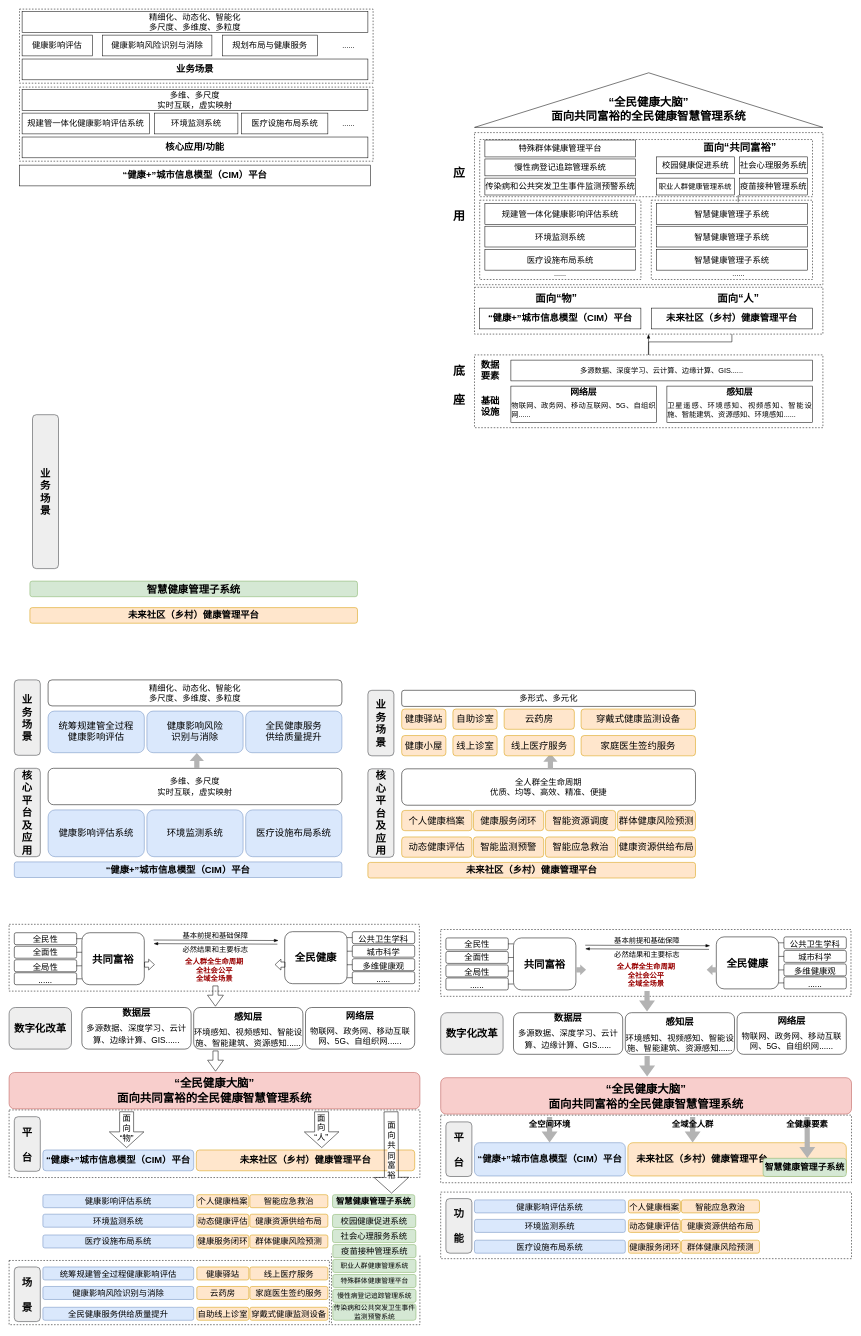
This is 未命名绘图.drawio from linge630/practice, a draw.io file, before an edit. Source tidied: cells renumbered, new cells numbered last; positions are measured from the earlier drawing's top-left corner, leaving out a move shared by most shapes. Both pictures are drawn from the tidied source at 52%, with x=0, y=0 at pixel (9, -74).
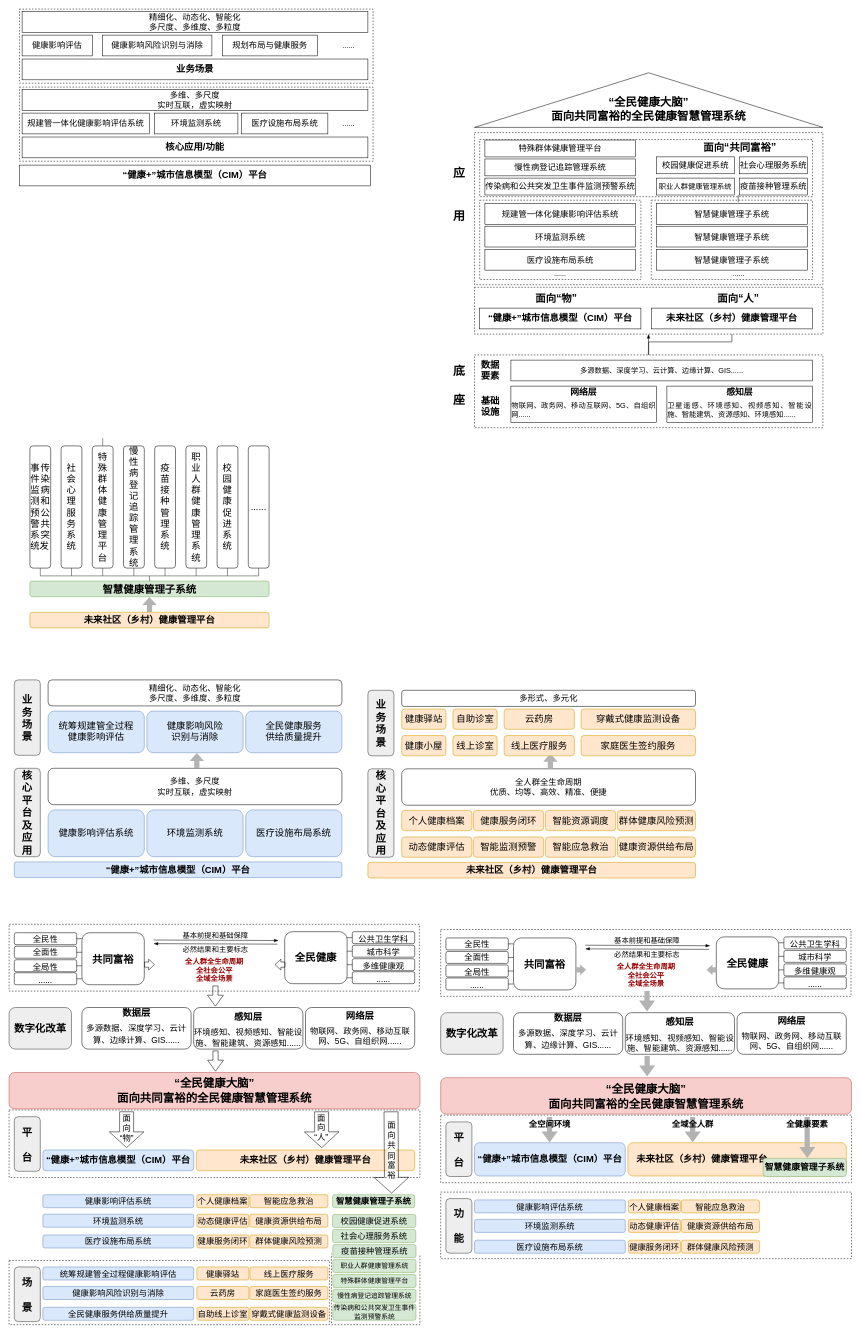
After the change.

Diff of the diagram source:
```diff
@@
     <mxCell id="217" value="&lt;h3 style=&quot;margin-top: 5pt; margin-bottom: 5pt; text-align: justify; font-family: 等线; font-size: 13.5pt;&quot;&gt;&lt;b style=&quot;font-family: 宋体;&quot;&gt;未来社区（乡村）健康管理平台&lt;/b&gt;&lt;/h3&gt;" style="rounded=1;whiteSpace=wrap;html=1;labelBackgroundColor=none;fontSize=20;fillColor=#ffe6cc;strokeColor=#d79b00;" parent="1" vertex="1">
-      <mxGeometry x="40" y="1311" width="630" height="30" as="geometry" />
+      <mxGeometry x="40" y="1320" width="460" height="30" as="geometry" />
     </mxCell>
-    <mxCell id="218" value="&lt;div style=&quot;text-align: justify; font-size: 20px;&quot;&gt;&lt;font face=&quot;宋体&quot;&gt;业&lt;/font&gt;&lt;/div&gt;&lt;div style=&quot;text-align: justify; font-size: 20px;&quot;&gt;&lt;font face=&quot;宋体&quot;&gt;务&lt;/font&gt;&lt;/div&gt;&lt;div style=&quot;text-align: justify; font-size: 20px;&quot;&gt;&lt;font face=&quot;宋体&quot;&gt;场&lt;/font&gt;&lt;/div&gt;&lt;div style=&quot;text-align: justify; font-size: 20px;&quot;&gt;&lt;font face=&quot;宋体&quot;&gt;景&lt;/font&gt;&lt;/div&gt;" style="rounded=1;whiteSpace=wrap;html=1;fontSize=20;fontStyle=1;fillColor=#eeeeee;strokeColor=#36393d;" parent="1" vertex="1">
-      <mxGeometry x="45" y="940" width="50" height="296" as="geometry" />
-    </mxCell>
     <mxCell id="219" value="&lt;div style=&quot;font-size: 20px;&quot;&gt;&lt;span style=&quot;font-family: 宋体; text-align: justify; font-size: 20px;&quot;&gt;&lt;font style=&quot;font-size: 20px;&quot;&gt;&lt;b style=&quot;font-size: 20px;&quot;&gt;智慧健康管理子系统&lt;/b&gt;&lt;/font&gt;&lt;/span&gt;&lt;br style=&quot;font-size: 20px;&quot;&gt;&lt;/div&gt;" style="rounded=1;whiteSpace=wrap;html=1;labelBackgroundColor=none;fontSize=20;fillColor=#d5e8d4;strokeColor=#82b366;fontStyle=0;" parent="1" vertex="1">
-      <mxGeometry x="40" y="1260" width="630" height="30" as="geometry" />
+      <mxGeometry x="40" y="1260" width="460" height="30" as="geometry" />
     </mxCell>
+    <mxCell id="220" value="&lt;div style=&quot;text-align: justify; font-size: 18px;&quot;&gt;&lt;span style=&quot;font-family: 宋体; background-color: initial; font-size: 18px;&quot;&gt;社&lt;/span&gt;&lt;br style=&quot;font-size: 18px;&quot;&gt;&lt;/div&gt;&lt;div style=&quot;text-align: justify; font-size: 18px;&quot;&gt;&lt;font face=&quot;宋体&quot; style=&quot;font-size: 18px;&quot;&gt;会&lt;/font&gt;&lt;/div&gt;&lt;div style=&quot;text-align: justify; font-size: 18px;&quot;&gt;&lt;font face=&quot;宋体&quot; style=&quot;font-size: 18px;&quot;&gt;心&lt;/font&gt;&lt;/div&gt;&lt;div style=&quot;text-align: justify; font-size: 18px;&quot;&gt;&lt;font face=&quot;宋体&quot; style=&quot;font-size: 18px;&quot;&gt;理&lt;/font&gt;&lt;/div&gt;&lt;div style=&quot;text-align: justify; font-size: 18px;&quot;&gt;&lt;font face=&quot;宋体&quot; style=&quot;font-size: 18px;&quot;&gt;服&lt;/font&gt;&lt;/div&gt;&lt;div style=&quot;text-align: justify; font-size: 18px;&quot;&gt;&lt;font face=&quot;宋体&quot; style=&quot;font-size: 18px;&quot;&gt;务&lt;/font&gt;&lt;/div&gt;&lt;div style=&quot;text-align: justify; font-size: 18px;&quot;&gt;&lt;font face=&quot;宋体&quot; style=&quot;font-size: 18px;&quot;&gt;系&lt;/font&gt;&lt;/div&gt;&lt;div style=&quot;text-align: justify; font-size: 18px;&quot;&gt;&lt;font face=&quot;宋体&quot; style=&quot;font-size: 18px;&quot;&gt;统&lt;/font&gt;&lt;/div&gt;" style="rounded=1;whiteSpace=wrap;html=1;fontSize=18;fontStyle=0;" parent="1" vertex="1">
+      <mxGeometry x="100" y="1000" width="40" height="235" as="geometry" />
+    </mxCell>
+    <mxCell id="221" value="&lt;div style=&quot;text-align: justify; font-size: 18px;&quot;&gt;&lt;span style=&quot;font-family: 宋体; background-color: initial; font-size: 18px;&quot;&gt;特&lt;/span&gt;&lt;br style=&quot;font-size: 18px;&quot;&gt;&lt;/div&gt;&lt;div style=&quot;text-align: justify; font-size: 18px;&quot;&gt;&lt;font face=&quot;宋体&quot; style=&quot;font-size: 18px;&quot;&gt;殊&lt;/font&gt;&lt;/div&gt;&lt;div style=&quot;text-align: justify; font-size: 18px;&quot;&gt;&lt;font face=&quot;宋体&quot; style=&quot;font-size: 18px;&quot;&gt;群&lt;/font&gt;&lt;/div&gt;&lt;div style=&quot;text-align: justify; font-size: 18px;&quot;&gt;&lt;font face=&quot;宋体&quot; style=&quot;font-size: 18px;&quot;&gt;体&lt;/font&gt;&lt;/div&gt;&lt;div style=&quot;text-align: justify; font-size: 18px;&quot;&gt;&lt;font face=&quot;宋体&quot; style=&quot;font-size: 18px;&quot;&gt;健&lt;/font&gt;&lt;/div&gt;&lt;div style=&quot;text-align: justify; font-size: 18px;&quot;&gt;&lt;font face=&quot;宋体&quot; style=&quot;font-size: 18px;&quot;&gt;康&lt;/font&gt;&lt;/div&gt;&lt;div style=&quot;text-align: justify; font-size: 18px;&quot;&gt;管&lt;/div&gt;&lt;div style=&quot;text-align: justify; font-size: 18px;&quot;&gt;&lt;font face=&quot;宋体&quot; style=&quot;font-size: 18px;&quot;&gt;理&lt;/font&gt;&lt;/div&gt;&lt;div style=&quot;text-align: justify; font-size: 18px;&quot;&gt;&lt;font face=&quot;宋体&quot; style=&quot;font-size: 18px;&quot;&gt;平&lt;/font&gt;&lt;/div&gt;&lt;div style=&quot;text-align: justify; font-size: 18px;&quot;&gt;&lt;font face=&quot;宋体&quot; style=&quot;font-size: 18px;&quot;&gt;台&lt;/font&gt;&lt;/div&gt;" style="rounded=1;whiteSpace=wrap;html=1;fontSize=18;fontStyle=0;" parent="1" vertex="1">
+      <mxGeometry x="160" y="1000" width="40" height="235" as="geometry" />
+    </mxCell>
+    <mxCell id="222" value="&lt;div style=&quot;text-align: justify; font-size: 18px;&quot;&gt;&lt;font face=&quot;宋体&quot; style=&quot;font-size: 18px;&quot;&gt;慢&lt;/font&gt;&lt;/div&gt;&lt;div style=&quot;text-align: justify; font-size: 18px;&quot;&gt;&lt;font face=&quot;宋体&quot; style=&quot;font-size: 18px;&quot;&gt;性&lt;/font&gt;&lt;/div&gt;&lt;div style=&quot;text-align: justify; font-size: 18px;&quot;&gt;&lt;font face=&quot;宋体&quot; style=&quot;font-size: 18px;&quot;&gt;病&lt;/font&gt;&lt;/div&gt;&lt;div style=&quot;text-align: justify; font-size: 18px;&quot;&gt;登&lt;/div&gt;&lt;div style=&quot;text-align: justify; font-size: 18px;&quot;&gt;记&lt;/div&gt;&lt;div style=&quot;text-align: justify; font-size: 18px;&quot;&gt;&lt;font face=&quot;宋体&quot; style=&quot;font-size: 18px;&quot;&gt;追&lt;/font&gt;&lt;/div&gt;&lt;div style=&quot;text-align: justify; font-size: 18px;&quot;&gt;&lt;font face=&quot;宋体&quot; style=&quot;font-size: 18px;&quot;&gt;踪&lt;/font&gt;&lt;/div&gt;&lt;div style=&quot;text-align: justify; font-size: 18px;&quot;&gt;管&lt;/div&gt;&lt;div style=&quot;text-align: justify; font-size: 18px;&quot;&gt;&lt;font face=&quot;宋体&quot; style=&quot;font-size: 18px;&quot;&gt;理&lt;/font&gt;&lt;/div&gt;&lt;div style=&quot;text-align: justify; font-size: 18px;&quot;&gt;&lt;font face=&quot;宋体&quot; style=&quot;font-size: 18px;&quot;&gt;系&lt;/font&gt;&lt;/div&gt;&lt;div style=&quot;text-align: justify; font-size: 18px;&quot;&gt;&lt;font face=&quot;宋体&quot; style=&quot;font-size: 18px;&quot;&gt;统&lt;/font&gt;&lt;/div&gt;" style="rounded=1;whiteSpace=wrap;html=1;fontSize=18;fontStyle=0;" parent="1" vertex="1">
+      <mxGeometry x="220" y="1000" width="40" height="235" as="geometry" />
+    </mxCell>
+    <mxCell id="223" value="&lt;div style=&quot;text-align: justify; font-size: 18px;&quot;&gt;&lt;font face=&quot;宋体&quot;&gt;疫&lt;/font&gt;&lt;/div&gt;&lt;div style=&quot;text-align: justify; font-size: 18px;&quot;&gt;&lt;font face=&quot;宋体&quot;&gt;苗&lt;/font&gt;&lt;/div&gt;&lt;div style=&quot;text-align: justify; font-size: 18px;&quot;&gt;&lt;span style=&quot;font-family: 宋体; background-color: initial;&quot;&gt;接&lt;/span&gt;&lt;/div&gt;&lt;div style=&quot;text-align: justify; font-size: 18px;&quot;&gt;&lt;font face=&quot;宋体&quot;&gt;种&lt;/font&gt;&lt;/div&gt;&lt;div style=&quot;text-align: justify; font-size: 18px;&quot;&gt;&lt;font face=&quot;宋体&quot;&gt;管&lt;/font&gt;&lt;/div&gt;&lt;div style=&quot;text-align: justify; font-size: 18px;&quot;&gt;&lt;font face=&quot;宋体&quot;&gt;理&lt;/font&gt;&lt;/div&gt;&lt;div style=&quot;text-align: justify; font-size: 18px;&quot;&gt;&lt;font face=&quot;宋体&quot;&gt;系&lt;/font&gt;&lt;/div&gt;&lt;div style=&quot;text-align: justify; font-size: 18px;&quot;&gt;&lt;font face=&quot;宋体&quot;&gt;统&lt;/font&gt;&lt;/div&gt;" style="rounded=1;whiteSpace=wrap;html=1;fontSize=18;fontStyle=0;" parent="1" vertex="1">
+      <mxGeometry x="280" y="1000" width="40" height="235" as="geometry" />
+    </mxCell>
+    <mxCell id="224" value="&lt;div style=&quot;text-align: justify; font-size: 18px;&quot;&gt;&lt;font face=&quot;宋体&quot;&gt;职&lt;/font&gt;&lt;/div&gt;&lt;div style=&quot;text-align: justify; font-size: 18px;&quot;&gt;&lt;font face=&quot;宋体&quot;&gt;业&lt;/font&gt;&lt;/div&gt;&lt;div style=&quot;text-align: justify; font-size: 18px;&quot;&gt;&lt;font face=&quot;宋体&quot;&gt;人&lt;/font&gt;&lt;/div&gt;&lt;div style=&quot;text-align: justify; font-size: 18px;&quot;&gt;&lt;font face=&quot;宋体&quot;&gt;群&lt;/font&gt;&lt;/div&gt;&lt;div style=&quot;text-align: justify; font-size: 18px;&quot;&gt;&lt;font face=&quot;宋体&quot;&gt;健&lt;/font&gt;&lt;/div&gt;&lt;div style=&quot;text-align: justify; font-size: 18px;&quot;&gt;&lt;font face=&quot;宋体&quot;&gt;康&lt;/font&gt;&lt;/div&gt;&lt;div style=&quot;text-align: justify; font-size: 18px;&quot;&gt;&lt;font face=&quot;宋体&quot;&gt;管&lt;/font&gt;&lt;/div&gt;&lt;div style=&quot;text-align: justify; font-size: 18px;&quot;&gt;&lt;font face=&quot;宋体&quot;&gt;理&lt;/font&gt;&lt;/div&gt;&lt;div style=&quot;text-align: justify; font-size: 18px;&quot;&gt;&lt;font face=&quot;宋体&quot;&gt;系&lt;/font&gt;&lt;/div&gt;&lt;div style=&quot;text-align: justify; font-size: 18px;&quot;&gt;&lt;font face=&quot;宋体&quot;&gt;统&lt;/font&gt;&lt;/div&gt;" style="rounded=1;whiteSpace=wrap;html=1;fontSize=18;fontStyle=0;" parent="1" vertex="1">
+      <mxGeometry x="340" y="1000" width="40" height="235" as="geometry" />
+    </mxCell>
+    <mxCell id="225" value="&lt;div style=&quot;text-align: justify; font-size: 18px;&quot;&gt;&lt;font face=&quot;宋体&quot;&gt;校&lt;/font&gt;&lt;/div&gt;&lt;div style=&quot;text-align: justify; font-size: 18px;&quot;&gt;&lt;font face=&quot;宋体&quot;&gt;园&lt;/font&gt;&lt;/div&gt;&lt;div style=&quot;text-align: justify; font-size: 18px;&quot;&gt;&lt;font face=&quot;宋体&quot;&gt;健&lt;/font&gt;&lt;/div&gt;&lt;div style=&quot;text-align: justify; font-size: 18px;&quot;&gt;&lt;font face=&quot;宋体&quot;&gt;康&lt;/font&gt;&lt;/div&gt;&lt;div style=&quot;text-align: justify; font-size: 18px;&quot;&gt;&lt;font face=&quot;宋体&quot;&gt;促&lt;/font&gt;&lt;/div&gt;&lt;div style=&quot;text-align: justify; font-size: 18px;&quot;&gt;&lt;font face=&quot;宋体&quot;&gt;进&lt;/font&gt;&lt;/div&gt;&lt;div style=&quot;text-align: justify; font-size: 18px;&quot;&gt;&lt;font face=&quot;宋体&quot;&gt;系&lt;/font&gt;&lt;/div&gt;&lt;div style=&quot;text-align: justify; font-size: 18px;&quot;&gt;&lt;font face=&quot;宋体&quot;&gt;统&lt;/font&gt;&lt;/div&gt;" style="rounded=1;whiteSpace=wrap;html=1;fontSize=18;fontStyle=0;" parent="1" vertex="1">
+      <mxGeometry x="400" y="1000" width="40" height="235" as="geometry" />
+    </mxCell>
+    <mxCell id="226" value="&lt;div style=&quot;text-align: justify; font-size: 18px;&quot;&gt;&lt;font face=&quot;宋体&quot;&gt;......&lt;/font&gt;&lt;/div&gt;" style="rounded=1;whiteSpace=wrap;html=1;fontSize=18;fontStyle=0;" parent="1" vertex="1">
+      <mxGeometry x="460" y="1000" width="40" height="235" as="geometry" />
+    </mxCell>
+    <mxCell id="227" value="&lt;div style=&quot;text-align: justify; font-size: 18px;&quot;&gt;&lt;font face=&quot;宋体&quot;&gt;事传件染监病测和预公警共系突统发&lt;/font&gt;&lt;/div&gt;" style="rounded=1;whiteSpace=wrap;html=1;fontSize=18;fontStyle=0;" parent="1" vertex="1">
+      <mxGeometry x="40" y="1000" width="40" height="235" as="geometry" />
+    </mxCell>
+    <mxCell id="228" style="shape=flexArrow;endArrow=classic;html=1;rounded=0;fontSize=20;strokeWidth=1;endWidth=16.451612903225804;endSize=4.893548387096774;fillColor=#B3B3B3;strokeColor=none;" parent="1" edge="1">
+      <mxGeometry relative="1" as="geometry">
+        <mxPoint x="270" y="1320" as="sourcePoint" />
+        <mxPoint x="270" y="1290" as="targetPoint" />
+      </mxGeometry>
+    </mxCell>
+    <mxCell id="229" style="endArrow=none;html=1;rounded=0;fontSize=18;strokeColor=#333333;fillColor=#B3B3B3;exitX=0.5;exitY=0;exitDx=0;exitDy=0;" parent="1" edge="1" source="219">
+      <mxGeometry relative="1" as="geometry">
+        <mxPoint x="60" y="1250" as="targetPoint" />
+        <Array as="points">
+          <mxPoint x="270" y="1250" />
+        </Array>
+      </mxGeometry>
+    </mxCell>
+    <mxCell id="230" style="endArrow=none;html=1;rounded=0;fontSize=18;strokeColor=#333333;fillColor=#B3B3B3;" parent="1" edge="1" target="227">
+      <mxGeometry relative="1" as="geometry">
+        <mxPoint x="60" y="1250" as="sourcePoint" />
+      </mxGeometry>
+    </mxCell>
+    <mxCell id="231" style="endArrow=none;html=1;rounded=0;fontSize=18;strokeColor=#333333;fillColor=#B3B3B3;" parent="1" edge="1">
+      <mxGeometry relative="1" as="geometry">
+        <mxPoint x="120" y="1250" as="sourcePoint" />
+        <mxPoint x="120" y="1235" as="targetPoint" />
+      </mxGeometry>
+    </mxCell>
+    <mxCell id="232" style="endArrow=none;html=1;rounded=0;fontSize=18;strokeColor=#333333;fillColor=#B3B3B3;" parent="1" edge="1">
+      <mxGeometry relative="1" as="geometry">
+        <mxPoint x="179.9" y="1250" as="sourcePoint" />
+        <mxPoint x="179.9" y="1235" as="targetPoint" />
+      </mxGeometry>
+    </mxCell>
+    <mxCell id="233" style="endArrow=none;html=1;rounded=0;fontSize=18;strokeColor=#333333;fillColor=#B3B3B3;" parent="1" edge="1">
+      <mxGeometry relative="1" as="geometry">
+        <mxPoint x="239.9" y="1250" as="sourcePoint" />
+        <mxPoint x="239.9" y="1235" as="targetPoint" />
+      </mxGeometry>
+    </mxCell>
+    <mxCell id="234" style="endArrow=none;html=1;rounded=0;fontSize=18;strokeColor=#333333;fillColor=#B3B3B3;" parent="1" edge="1">
+      <mxGeometry relative="1" as="geometry">
+        <mxPoint x="299.9" y="1250" as="sourcePoint" />
+        <mxPoint x="299.9" y="1235" as="targetPoint" />
+      </mxGeometry>
+    </mxCell>
+    <mxCell id="235" style="endArrow=none;html=1;rounded=0;fontSize=18;strokeColor=#333333;fillColor=#B3B3B3;" parent="1" edge="1">
+      <mxGeometry relative="1" as="geometry">
+        <mxPoint x="359.7" y="1250" as="sourcePoint" />
+        <mxPoint x="359.7" y="1235" as="targetPoint" />
+      </mxGeometry>
+    </mxCell>
+    <mxCell id="236" style="endArrow=none;html=1;rounded=0;fontSize=18;strokeColor=#333333;fillColor=#B3B3B3;" parent="1" edge="1">
+      <mxGeometry relative="1" as="geometry">
+        <mxPoint x="419.9" y="1250" as="sourcePoint" />
+        <mxPoint x="419.9" y="1235" as="targetPoint" />
+      </mxGeometry>
+    </mxCell>
+    <mxCell id="237" style="endArrow=none;html=1;rounded=0;fontSize=18;strokeColor=#333333;fillColor=#B3B3B3;" parent="1" edge="1">
+      <mxGeometry relative="1" as="geometry">
+        <mxPoint x="479.9" y="1250" as="sourcePoint" />
+        <mxPoint x="479.9" y="1235" as="targetPoint" />
+      </mxGeometry>
+    </mxCell>
+    <mxCell id="238" style="endArrow=none;html=1;rounded=0;fontSize=18;strokeColor=#333333;fillColor=#B3B3B3;" parent="1" edge="1">
+      <mxGeometry relative="1" as="geometry">
+        <mxPoint x="270" y="1250" as="sourcePoint" />
+        <mxPoint x="480" y="1250" as="targetPoint" />
+      </mxGeometry>
+    </mxCell>
+    <mxCell id="239" style="endArrow=none;html=1;rounded=0;fontSize=18;strokeColor=#333333;fillColor=#B3B3B3;" parent="1" edge="1">
+      <mxGeometry relative="1" as="geometry">
+        <mxPoint x="180" y="1000" as="sourcePoint" />
+        <mxPoint x="180" y="985" as="targetPoint" />
+      </mxGeometry>
+    </mxCell>
```
